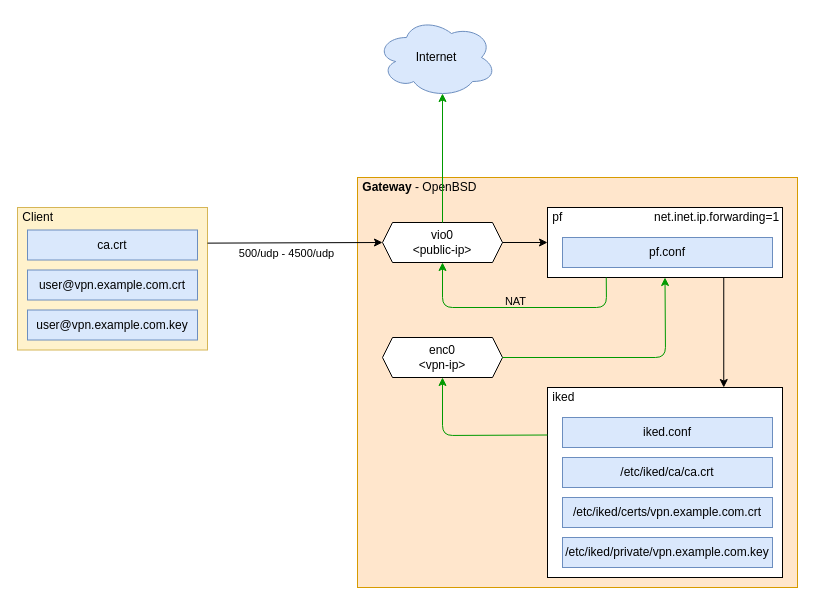
Before: modules/web/src/content/blog/2021/openbsd-vpn/orca_vpn.drawio in cavoirom/nxv, a draw.io diagram. Source tidied: cells renumbered, new cells numbered last; positions are measured from the earlier drawing's top-left corner, leaving out a move shared by most shapes. Both pictures are drawn from the tidied source at 100%, with x=0, y=0 at pixel (17, 17).
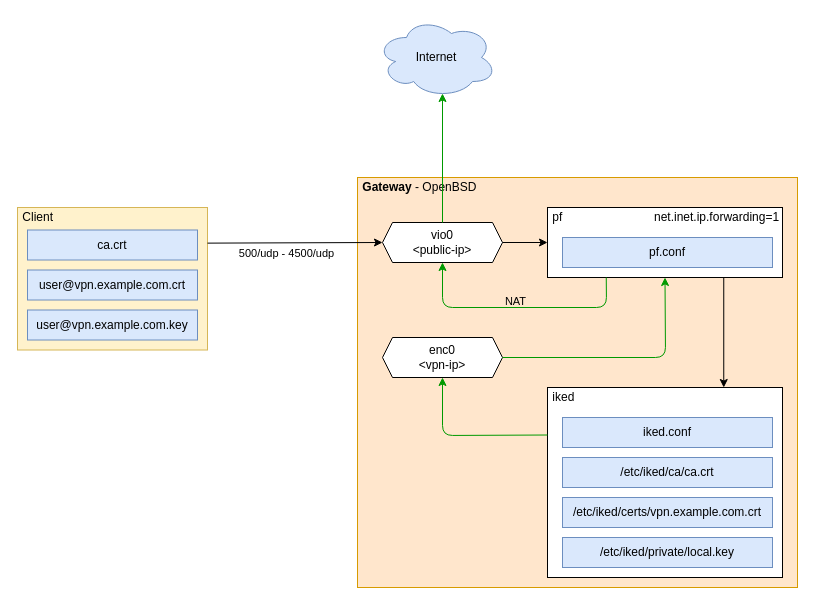
After the change.

Commit message (it also covers changes not shown here):
Blog: updated OpenBSD's VPN entry with correct diagram and adding static IP config for gateway.

The edit, as a diff of the source:
```diff
@@
-    <mxCell id="13" value="/etc/iked/private/vpn.example.com.key" style="rounded=0;whiteSpace=wrap;html=1;align=center;fillColor=#dae8fc;strokeColor=#6c8ebf;" parent="1" vertex="1">
+    <mxCell id="13" value="/etc/iked/private/local.key" style="rounded=0;whiteSpace=wrap;html=1;align=center;fillColor=#dae8fc;strokeColor=#6c8ebf;" parent="1" vertex="1">
       <mxGeometry x="545" y="520" width="210" height="30" as="geometry" />
     </mxCell>
```
